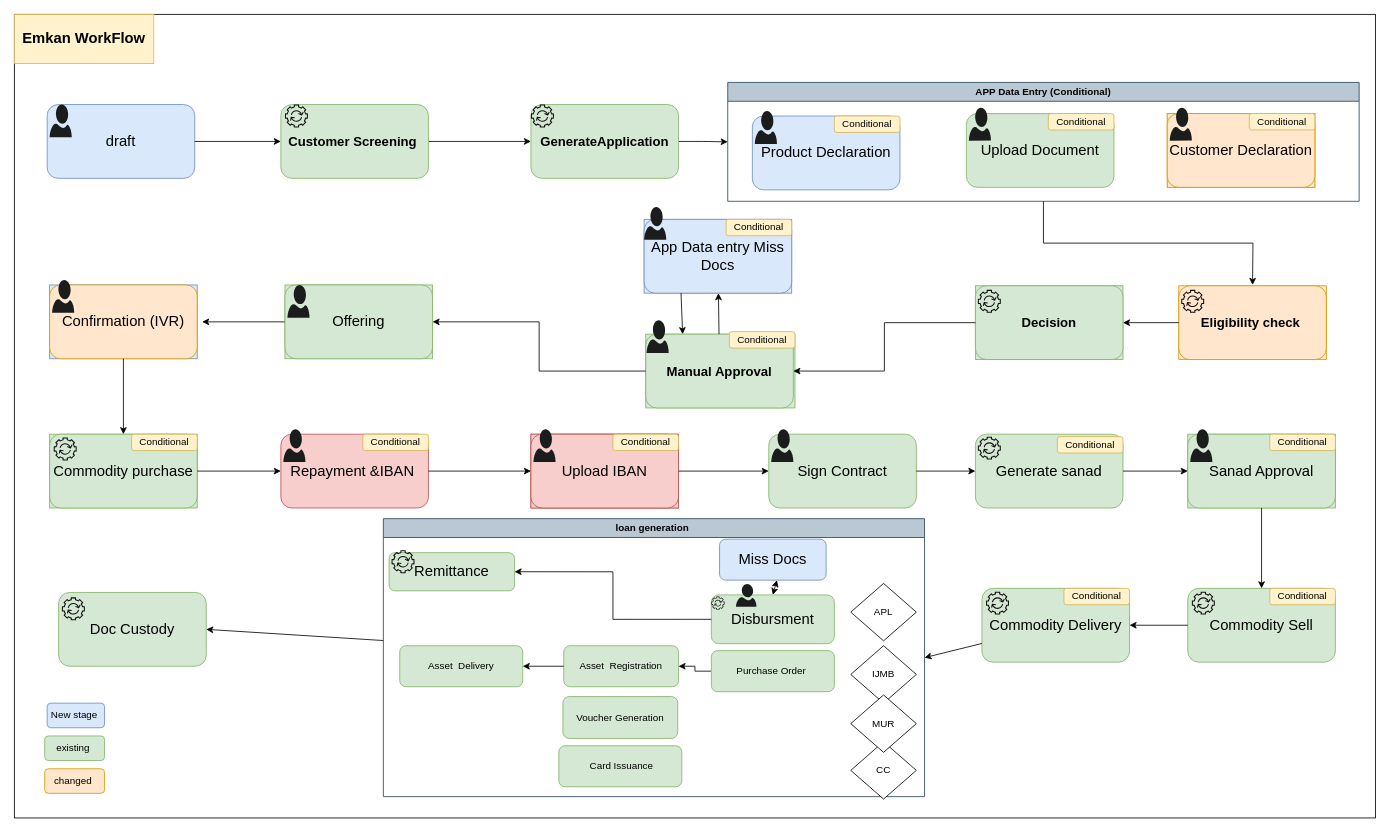
Earlier version of the draw.io diagram page "WorkFlow" (2 of 9) of Migration[1].drawio (MHosnii/DrawIo). Source tidied: cells renumbered, new cells numbered last; positions are measured from the earlier drawing's top-left corner, leaving out a move shared by most shapes. Both pictures are drawn from the tidied source at 82%, with x=0, y=0 at pixel (14, 14).
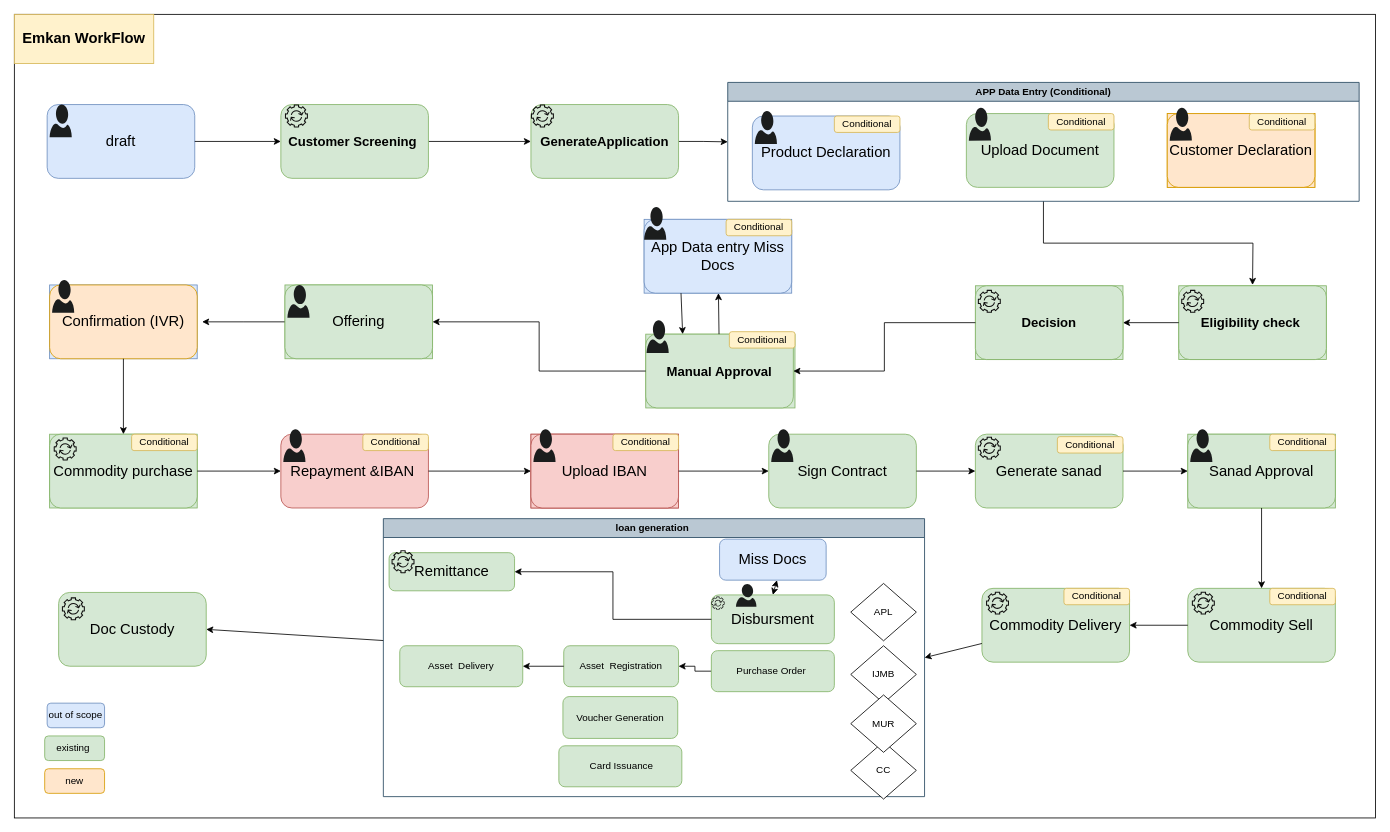
The same diagram, later.

What changed in the source:
```diff
@@
-    <mxCell id="70" style="group;fillColor=#ffe6cc;strokeColor=#d79b00;" parent="1" vertex="1">
+    <mxCell id="70" style="group;fillColor=#d5e8d4;strokeColor=#82b366;" parent="1" vertex="1">
       <mxGeometry x="1420" y="331" width="180" height="90" as="geometry" />
     </mxCell>
-    <mxCell id="71" value="&lt;font style=&quot;font-size: 16px;&quot;&gt;&lt;b&gt;Eligibility check&amp;nbsp;&lt;/b&gt;&lt;/font&gt;" style="rounded=1;whiteSpace=wrap;html=1;fillColor=#ffe6cc;strokeColor=#d79b00;" parent="70" vertex="1">
+    <mxCell id="71" value="&lt;font style=&quot;font-size: 16px;&quot;&gt;&lt;b&gt;Eligibility check&amp;nbsp;&lt;/b&gt;&lt;/font&gt;" style="rounded=1;whiteSpace=wrap;html=1;fillColor=#d5e8d4;strokeColor=#82b366;" parent="70" vertex="1">
       <mxGeometry width="180" height="90" as="geometry" />
     </mxCell>
@@
-    <mxCell id="109" value="New stage&amp;nbsp;" style="rounded=1;whiteSpace=wrap;html=1;fillColor=#dae8fc;strokeColor=#6c8ebf;" parent="1" vertex="1">
+    <mxCell id="109" value="out of scope" style="rounded=1;whiteSpace=wrap;html=1;fillColor=#dae8fc;strokeColor=#6c8ebf;" parent="1" vertex="1">
       <mxGeometry x="40" y="840" width="70" height="30" as="geometry" />
     </mxCell>
@@
-    <mxCell id="111" value="changed&amp;nbsp;" style="rounded=1;whiteSpace=wrap;html=1;fillColor=#ffe6cc;strokeColor=#d79b00;" parent="1" vertex="1">
+    <mxCell id="111" value="new" style="rounded=1;whiteSpace=wrap;html=1;fillColor=#ffe6cc;strokeColor=#d79b00;" parent="1" vertex="1">
       <mxGeometry x="37" y="920" width="73" height="30" as="geometry" />
     </mxCell>
```
